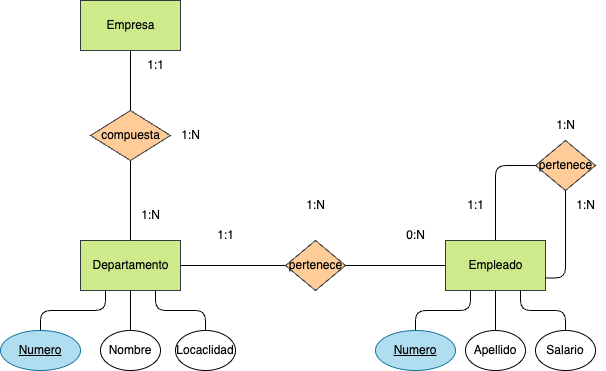
Above: Tareas/Unidad_2/tarea1/Ejercicio6b.drawio.png in antonioinigo/base-datos (draw.io), before the change. Source tidied: cells renumbered, new cells last; positions are measured from the earlier drawing's top-left corner, leaving out a move shared by most shapes. The source it was exported from:
```xml
<mxGraphModel>
  <root>
    <mxCell id="0" />
    <mxCell id="1" parent="0" />
    <mxCell id="2" style="html=1;entryX=0;entryY=0.5;entryDx=0;entryDy=0;fontColor=#000000;endArrow=none;endFill=0;" parent="1" edge="1" source="3" target="7">
      <mxGeometry relative="1" as="geometry" />
    </mxCell>
    <mxCell id="3" value="&lt;font color=&quot;#000000&quot;&gt;Departamento&lt;/font&gt;" style="html=1;dashed=0;whitespace=wrap;fillColor=#cdeb8b;strokeColor=#36393d;" parent="1" vertex="1">
      <mxGeometry x="80" y="240" width="100" height="50" as="geometry" />
    </mxCell>
    <mxCell id="4" style="edgeStyle=orthogonalEdgeStyle;html=1;endArrow=none;endFill=0;" parent="1" edge="1" source="5">
      <mxGeometry relative="1" as="geometry">
        <mxPoint x="545" y="165" as="targetPoint" />
        <Array as="points">
          <mxPoint x="495" y="165" />
        </Array>
      </mxGeometry>
    </mxCell>
    <mxCell id="5" value="&lt;font color=&quot;#000000&quot;&gt;Empleado&lt;br&gt;&lt;/font&gt;" style="html=1;dashed=0;whitespace=wrap;fillColor=#cdeb8b;strokeColor=#36393d;" parent="1" vertex="1">
      <mxGeometry x="445" y="240" width="100" height="50" as="geometry" />
    </mxCell>
    <mxCell id="6" style="edgeStyle=none;html=1;fontColor=#000000;endArrow=none;endFill=0;" parent="1" edge="1" source="7" target="5">
      <mxGeometry relative="1" as="geometry" />
    </mxCell>
    <mxCell id="7" value="&lt;font color=&quot;#000000&quot;&gt;pertenece&lt;/font&gt;" style="shape=rhombus;html=1;dashed=0;whitespace=wrap;perimeter=rhombusPerimeter;fillColor=#ffcc99;strokeColor=#36393d;" parent="1" vertex="1">
      <mxGeometry x="285" y="240" width="60" height="50" as="geometry" />
    </mxCell>
    <mxCell id="8" value="1:1" style="text;html=1;align=center;verticalAlign=middle;strokeColor=none;fillColor=none;fontColor=#000000;" parent="1" vertex="1">
      <mxGeometry x="205" y="220" width="40" height="30" as="geometry" />
    </mxCell>
    <mxCell id="9" value="0:N" style="text;html=1;align=center;verticalAlign=middle;strokeColor=none;fillColor=none;fontColor=#000000;" parent="1" vertex="1">
      <mxGeometry x="395" y="220" width="40" height="30" as="geometry" />
    </mxCell>
    <mxCell id="10" value="1:N" style="text;html=1;align=center;verticalAlign=middle;strokeColor=none;fillColor=none;fontColor=#000000;" parent="1" vertex="1">
      <mxGeometry x="295" y="190" width="40" height="30" as="geometry" />
    </mxCell>
    <mxCell id="11" style="edgeStyle=orthogonalEdgeStyle;html=1;entryX=1;entryY=0.75;entryDx=0;entryDy=0;endArrow=none;endFill=0;" parent="1" edge="1" source="12" target="5">
      <mxGeometry relative="1" as="geometry" />
    </mxCell>
    <mxCell id="12" value="&lt;font color=&quot;#000000&quot;&gt;pertenece&lt;/font&gt;" style="shape=rhombus;html=1;dashed=0;whitespace=wrap;perimeter=rhombusPerimeter;fillColor=#ffcc99;strokeColor=#36393d;" parent="1" vertex="1">
      <mxGeometry x="535" y="140" width="60" height="50" as="geometry" />
    </mxCell>
    <mxCell id="13" style="edgeStyle=orthogonalEdgeStyle;html=1;entryX=0.25;entryY=1;entryDx=0;entryDy=0;fontColor=#000000;endArrow=none;endFill=0;" parent="1" edge="1" source="14" target="3">
      <mxGeometry relative="1" as="geometry" />
    </mxCell>
    <mxCell id="14" value="&lt;font color=&quot;#000000&quot;&gt;Numero&lt;/font&gt;" style="ellipse;whiteSpace=wrap;html=1;align=center;fontStyle=4;fillColor=#b1ddf0;strokeColor=#10739e;" parent="1" vertex="1">
      <mxGeometry y="330" width="80" height="40" as="geometry" />
    </mxCell>
    <mxCell id="15" style="edgeStyle=orthogonalEdgeStyle;html=1;entryX=0.5;entryY=1;entryDx=0;entryDy=0;fontColor=#000000;endArrow=none;endFill=0;" parent="1" edge="1" source="16" target="3">
      <mxGeometry relative="1" as="geometry" />
    </mxCell>
    <mxCell id="16" value="Nombre" style="ellipse;whiteSpace=wrap;html=1;align=center;fontColor=#000000;" parent="1" vertex="1">
      <mxGeometry x="100" y="330" width="60" height="40" as="geometry" />
    </mxCell>
    <mxCell id="17" style="edgeStyle=orthogonalEdgeStyle;html=1;entryX=0.75;entryY=1;entryDx=0;entryDy=0;fontColor=#000000;endArrow=none;endFill=0;" parent="1" edge="1" source="18" target="3">
      <mxGeometry relative="1" as="geometry" />
    </mxCell>
    <mxCell id="18" value="Locaclidad" style="ellipse;whiteSpace=wrap;html=1;align=center;fontColor=#000000;" parent="1" vertex="1">
      <mxGeometry x="175" y="330" width="60" height="40" as="geometry" />
    </mxCell>
    <mxCell id="19" style="edgeStyle=orthogonalEdgeStyle;html=1;entryX=0.25;entryY=1;entryDx=0;entryDy=0;fontColor=#000000;endArrow=none;endFill=0;" parent="1" edge="1" source="20" target="5">
      <mxGeometry relative="1" as="geometry" />
    </mxCell>
    <mxCell id="20" value="&lt;font color=&quot;#000000&quot;&gt;Numero&lt;/font&gt;" style="ellipse;whiteSpace=wrap;html=1;align=center;fontStyle=4;fillColor=#b1ddf0;strokeColor=#10739e;" parent="1" vertex="1">
      <mxGeometry x="375" y="330" width="80" height="40" as="geometry" />
    </mxCell>
    <mxCell id="21" style="edgeStyle=orthogonalEdgeStyle;html=1;entryX=0.5;entryY=1;entryDx=0;entryDy=0;fontColor=#000000;endArrow=none;endFill=0;" parent="1" edge="1" source="22" target="5">
      <mxGeometry relative="1" as="geometry" />
    </mxCell>
    <mxCell id="22" value="Apellido" style="ellipse;whiteSpace=wrap;html=1;align=center;fontColor=#000000;" parent="1" vertex="1">
      <mxGeometry x="465" y="330" width="60" height="40" as="geometry" />
    </mxCell>
    <mxCell id="23" style="edgeStyle=orthogonalEdgeStyle;html=1;entryX=0.75;entryY=1;entryDx=0;entryDy=0;fontColor=#000000;endArrow=none;endFill=0;" parent="1" edge="1" source="24" target="5">
      <mxGeometry relative="1" as="geometry" />
    </mxCell>
    <mxCell id="24" value="Salario" style="ellipse;whiteSpace=wrap;html=1;align=center;fontColor=#000000;" parent="1" vertex="1">
      <mxGeometry x="535" y="330" width="60" height="40" as="geometry" />
    </mxCell>
    <mxCell id="25" value="1:N" style="text;html=1;align=center;verticalAlign=middle;strokeColor=none;fillColor=none;fontColor=#000000;" parent="1" vertex="1">
      <mxGeometry x="545" y="110" width="40" height="30" as="geometry" />
    </mxCell>
    <mxCell id="26" value="1:N" style="text;html=1;align=center;verticalAlign=middle;strokeColor=none;fillColor=none;fontColor=#000000;" parent="1" vertex="1">
      <mxGeometry x="565" y="190" width="40" height="30" as="geometry" />
    </mxCell>
    <mxCell id="27" value="1:1" style="text;html=1;align=center;verticalAlign=middle;strokeColor=none;fillColor=none;fontColor=#000000;" parent="1" vertex="1">
      <mxGeometry x="455" y="190" width="40" height="30" as="geometry" />
    </mxCell>
    <mxCell id="28" style="edgeStyle=none;html=1;entryX=0.5;entryY=0;entryDx=0;entryDy=0;endArrow=none;endFill=0;" parent="1" edge="1" source="29" target="31">
      <mxGeometry relative="1" as="geometry" />
    </mxCell>
    <mxCell id="29" value="&lt;font color=&quot;#000000&quot;&gt;Empresa&lt;br&gt;&lt;/font&gt;" style="html=1;dashed=0;whitespace=wrap;fillColor=#cdeb8b;strokeColor=#36393d;" parent="1" vertex="1">
      <mxGeometry x="80" width="100" height="50" as="geometry" />
    </mxCell>
    <mxCell id="30" style="edgeStyle=none;html=1;entryX=0.5;entryY=0;entryDx=0;entryDy=0;endArrow=none;endFill=0;" parent="1" edge="1" source="31" target="3">
      <mxGeometry relative="1" as="geometry" />
    </mxCell>
    <mxCell id="31" value="&lt;font color=&quot;#000000&quot;&gt;compuesta&lt;/font&gt;" style="shape=rhombus;html=1;dashed=0;whitespace=wrap;perimeter=rhombusPerimeter;fillColor=#ffcc99;strokeColor=#36393d;" parent="1" vertex="1">
      <mxGeometry x="90" y="110" width="80" height="50" as="geometry" />
    </mxCell>
    <mxCell id="32" value="1:N" style="text;html=1;align=center;verticalAlign=middle;strokeColor=none;fillColor=none;fontColor=#000000;" parent="1" vertex="1">
      <mxGeometry x="130" y="200" width="40" height="30" as="geometry" />
    </mxCell>
    <mxCell id="33" value="1:N" style="text;html=1;align=center;verticalAlign=middle;strokeColor=none;fillColor=none;fontColor=#000000;" parent="1" vertex="1">
      <mxGeometry x="170" y="120" width="40" height="30" as="geometry" />
    </mxCell>
    <mxCell id="34" value="1:1" style="text;html=1;align=center;verticalAlign=middle;strokeColor=none;fillColor=none;fontColor=#000000;" parent="1" vertex="1">
      <mxGeometry x="135" y="50" width="40" height="30" as="geometry" />
    </mxCell>
  </root>
</mxGraphModel>
```
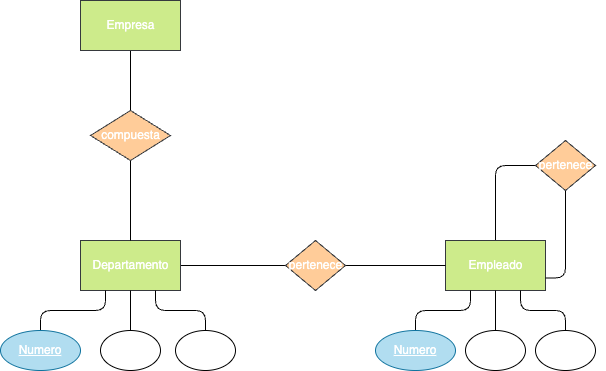
The same diagram one commit later.

The edit, as a diff of the source:
```diff
@@ -2,13 +2,13 @@
   <root>
     <mxCell id="0" />
     <mxCell id="1" parent="0" />
-    <mxCell id="2" style="html=1;entryX=0;entryY=0.5;entryDx=0;entryDy=0;fontColor=#000000;endArrow=none;endFill=0;" parent="1" edge="1" source="3" target="7">
+    <mxCell id="2" style="html=1;entryX=0;entryY=0.5;entryDx=0;entryDy=0;fontColor=#FFFFFF;endArrow=none;endFill=0;" parent="1" edge="1" source="3" target="7">
       <mxGeometry relative="1" as="geometry" />
     </mxCell>
-    <mxCell id="3" value="&lt;font color=&quot;#000000&quot;&gt;Departamento&lt;/font&gt;" style="html=1;dashed=0;whitespace=wrap;fillColor=#cdeb8b;strokeColor=#36393d;" parent="1" vertex="1">
+    <mxCell id="3" value="&lt;font&gt;Departamento&lt;/font&gt;" style="html=1;dashed=0;whitespace=wrap;fillColor=#cdeb8b;strokeColor=#36393d;fontColor=#FFFFFF;" parent="1" vertex="1">
       <mxGeometry x="80" y="240" width="100" height="50" as="geometry" />
     </mxCell>
-    <mxCell id="4" style="edgeStyle=orthogonalEdgeStyle;html=1;endArrow=none;endFill=0;" parent="1" edge="1" source="5">
+    <mxCell id="4" style="edgeStyle=orthogonalEdgeStyle;html=1;endArrow=none;endFill=0;fontColor=#FFFFFF;" parent="1" edge="1" source="5">
       <mxGeometry relative="1" as="geometry">
         <mxPoint x="545" y="165" as="targetPoint" />
         <Array as="points">
@@ -16,94 +16,94 @@
         </Array>
       </mxGeometry>
     </mxCell>
-    <mxCell id="5" value="&lt;font color=&quot;#000000&quot;&gt;Empleado&lt;br&gt;&lt;/font&gt;" style="html=1;dashed=0;whitespace=wrap;fillColor=#cdeb8b;strokeColor=#36393d;" parent="1" vertex="1">
+    <mxCell id="5" value="&lt;font&gt;Empleado&lt;br&gt;&lt;/font&gt;" style="html=1;dashed=0;whitespace=wrap;fillColor=#cdeb8b;strokeColor=#36393d;fontColor=#FFFFFF;" parent="1" vertex="1">
       <mxGeometry x="445" y="240" width="100" height="50" as="geometry" />
     </mxCell>
-    <mxCell id="6" style="edgeStyle=none;html=1;fontColor=#000000;endArrow=none;endFill=0;" parent="1" edge="1" source="7" target="5">
+    <mxCell id="6" style="edgeStyle=none;html=1;fontColor=#FFFFFF;endArrow=none;endFill=0;" parent="1" edge="1" source="7" target="5">
       <mxGeometry relative="1" as="geometry" />
     </mxCell>
-    <mxCell id="7" value="&lt;font color=&quot;#000000&quot;&gt;pertenece&lt;/font&gt;" style="shape=rhombus;html=1;dashed=0;whitespace=wrap;perimeter=rhombusPerimeter;fillColor=#ffcc99;strokeColor=#36393d;" parent="1" vertex="1">
+    <mxCell id="7" value="&lt;font&gt;pertenece&lt;/font&gt;" style="shape=rhombus;html=1;dashed=0;whitespace=wrap;perimeter=rhombusPerimeter;fillColor=#ffcc99;strokeColor=#36393d;fontColor=#FFFFFF;" parent="1" vertex="1">
       <mxGeometry x="285" y="240" width="60" height="50" as="geometry" />
     </mxCell>
-    <mxCell id="8" value="1:1" style="text;html=1;align=center;verticalAlign=middle;strokeColor=none;fillColor=none;fontColor=#000000;" parent="1" vertex="1">
+    <mxCell id="8" value="1:1" style="text;html=1;align=center;verticalAlign=middle;strokeColor=none;fillColor=none;fontColor=#FFFFFF;" parent="1" vertex="1">
       <mxGeometry x="205" y="220" width="40" height="30" as="geometry" />
     </mxCell>
-    <mxCell id="9" value="0:N" style="text;html=1;align=center;verticalAlign=middle;strokeColor=none;fillColor=none;fontColor=#000000;" parent="1" vertex="1">
+    <mxCell id="9" value="0:N" style="text;html=1;align=center;verticalAlign=middle;strokeColor=none;fillColor=none;fontColor=#FFFFFF;" parent="1" vertex="1">
       <mxGeometry x="395" y="220" width="40" height="30" as="geometry" />
     </mxCell>
-    <mxCell id="10" value="1:N" style="text;html=1;align=center;verticalAlign=middle;strokeColor=none;fillColor=none;fontColor=#000000;" parent="1" vertex="1">
+    <mxCell id="10" value="1:N" style="text;html=1;align=center;verticalAlign=middle;strokeColor=none;fillColor=none;fontColor=#FFFFFF;" parent="1" vertex="1">
       <mxGeometry x="295" y="190" width="40" height="30" as="geometry" />
     </mxCell>
-    <mxCell id="11" style="edgeStyle=orthogonalEdgeStyle;html=1;entryX=1;entryY=0.75;entryDx=0;entryDy=0;endArrow=none;endFill=0;" parent="1" edge="1" source="12" target="5">
+    <mxCell id="11" style="edgeStyle=orthogonalEdgeStyle;html=1;entryX=1;entryY=0.75;entryDx=0;entryDy=0;endArrow=none;endFill=0;fontColor=#FFFFFF;" parent="1" edge="1" source="12" target="5">
       <mxGeometry relative="1" as="geometry" />
     </mxCell>
-    <mxCell id="12" value="&lt;font color=&quot;#000000&quot;&gt;pertenece&lt;/font&gt;" style="shape=rhombus;html=1;dashed=0;whitespace=wrap;perimeter=rhombusPerimeter;fillColor=#ffcc99;strokeColor=#36393d;" parent="1" vertex="1">
+    <mxCell id="12" value="&lt;font&gt;pertenece&lt;/font&gt;" style="shape=rhombus;html=1;dashed=0;whitespace=wrap;perimeter=rhombusPerimeter;fillColor=#ffcc99;strokeColor=#36393d;fontColor=#FFFFFF;" parent="1" vertex="1">
       <mxGeometry x="535" y="140" width="60" height="50" as="geometry" />
     </mxCell>
-    <mxCell id="13" style="edgeStyle=orthogonalEdgeStyle;html=1;entryX=0.25;entryY=1;entryDx=0;entryDy=0;fontColor=#000000;endArrow=none;endFill=0;" parent="1" edge="1" source="14" target="3">
+    <mxCell id="13" style="edgeStyle=orthogonalEdgeStyle;html=1;entryX=0.25;entryY=1;entryDx=0;entryDy=0;fontColor=#FFFFFF;endArrow=none;endFill=0;" parent="1" edge="1" source="14" target="3">
       <mxGeometry relative="1" as="geometry" />
     </mxCell>
-    <mxCell id="14" value="&lt;font color=&quot;#000000&quot;&gt;Numero&lt;/font&gt;" style="ellipse;whiteSpace=wrap;html=1;align=center;fontStyle=4;fillColor=#b1ddf0;strokeColor=#10739e;" parent="1" vertex="1">
+    <mxCell id="14" value="&lt;font&gt;Numero&lt;/font&gt;" style="ellipse;whiteSpace=wrap;html=1;align=center;fontStyle=4;fillColor=#b1ddf0;strokeColor=#10739e;fontColor=#FFFFFF;" parent="1" vertex="1">
       <mxGeometry y="330" width="80" height="40" as="geometry" />
     </mxCell>
-    <mxCell id="15" style="edgeStyle=orthogonalEdgeStyle;html=1;entryX=0.5;entryY=1;entryDx=0;entryDy=0;fontColor=#000000;endArrow=none;endFill=0;" parent="1" edge="1" source="16" target="3">
+    <mxCell id="15" style="edgeStyle=orthogonalEdgeStyle;html=1;entryX=0.5;entryY=1;entryDx=0;entryDy=0;fontColor=#FFFFFF;endArrow=none;endFill=0;" parent="1" edge="1" source="16" target="3">
       <mxGeometry relative="1" as="geometry" />
     </mxCell>
-    <mxCell id="16" value="Nombre" style="ellipse;whiteSpace=wrap;html=1;align=center;fontColor=#000000;" parent="1" vertex="1">
+    <mxCell id="16" value="Nombre" style="ellipse;whiteSpace=wrap;html=1;align=center;fontColor=#FFFFFF;" parent="1" vertex="1">
       <mxGeometry x="100" y="330" width="60" height="40" as="geometry" />
     </mxCell>
-    <mxCell id="17" style="edgeStyle=orthogonalEdgeStyle;html=1;entryX=0.75;entryY=1;entryDx=0;entryDy=0;fontColor=#000000;endArrow=none;endFill=0;" parent="1" edge="1" source="18" target="3">
+    <mxCell id="17" style="edgeStyle=orthogonalEdgeStyle;html=1;entryX=0.75;entryY=1;entryDx=0;entryDy=0;fontColor=#FFFFFF;endArrow=none;endFill=0;" parent="1" edge="1" source="18" target="3">
       <mxGeometry relative="1" as="geometry" />
     </mxCell>
-    <mxCell id="18" value="Locaclidad" style="ellipse;whiteSpace=wrap;html=1;align=center;fontColor=#000000;" parent="1" vertex="1">
+    <mxCell id="18" value="Locaclidad" style="ellipse;whiteSpace=wrap;html=1;align=center;fontColor=#FFFFFF;" parent="1" vertex="1">
       <mxGeometry x="175" y="330" width="60" height="40" as="geometry" />
     </mxCell>
-    <mxCell id="19" style="edgeStyle=orthogonalEdgeStyle;html=1;entryX=0.25;entryY=1;entryDx=0;entryDy=0;fontColor=#000000;endArrow=none;endFill=0;" parent="1" edge="1" source="20" target="5">
+    <mxCell id="19" style="edgeStyle=orthogonalEdgeStyle;html=1;entryX=0.25;entryY=1;entryDx=0;entryDy=0;fontColor=#FFFFFF;endArrow=none;endFill=0;" parent="1" edge="1" source="20" target="5">
       <mxGeometry relative="1" as="geometry" />
     </mxCell>
-    <mxCell id="20" value="&lt;font color=&quot;#000000&quot;&gt;Numero&lt;/font&gt;" style="ellipse;whiteSpace=wrap;html=1;align=center;fontStyle=4;fillColor=#b1ddf0;strokeColor=#10739e;" parent="1" vertex="1">
+    <mxCell id="20" value="&lt;font&gt;Numero&lt;/font&gt;" style="ellipse;whiteSpace=wrap;html=1;align=center;fontStyle=4;fillColor=#b1ddf0;strokeColor=#10739e;fontColor=#FFFFFF;" parent="1" vertex="1">
       <mxGeometry x="375" y="330" width="80" height="40" as="geometry" />
     </mxCell>
-    <mxCell id="21" style="edgeStyle=orthogonalEdgeStyle;html=1;entryX=0.5;entryY=1;entryDx=0;entryDy=0;fontColor=#000000;endArrow=none;endFill=0;" parent="1" edge="1" source="22" target="5">
+    <mxCell id="21" style="edgeStyle=orthogonalEdgeStyle;html=1;entryX=0.5;entryY=1;entryDx=0;entryDy=0;fontColor=#FFFFFF;endArrow=none;endFill=0;" parent="1" edge="1" source="22" target="5">
       <mxGeometry relative="1" as="geometry" />
     </mxCell>
-    <mxCell id="22" value="Apellido" style="ellipse;whiteSpace=wrap;html=1;align=center;fontColor=#000000;" parent="1" vertex="1">
+    <mxCell id="22" value="Apellido" style="ellipse;whiteSpace=wrap;html=1;align=center;fontColor=#FFFFFF;" parent="1" vertex="1">
       <mxGeometry x="465" y="330" width="60" height="40" as="geometry" />
     </mxCell>
-    <mxCell id="23" style="edgeStyle=orthogonalEdgeStyle;html=1;entryX=0.75;entryY=1;entryDx=0;entryDy=0;fontColor=#000000;endArrow=none;endFill=0;" parent="1" edge="1" source="24" target="5">
+    <mxCell id="23" style="edgeStyle=orthogonalEdgeStyle;html=1;entryX=0.75;entryY=1;entryDx=0;entryDy=0;fontColor=#FFFFFF;endArrow=none;endFill=0;" parent="1" edge="1" source="24" target="5">
       <mxGeometry relative="1" as="geometry" />
     </mxCell>
-    <mxCell id="24" value="Salario" style="ellipse;whiteSpace=wrap;html=1;align=center;fontColor=#000000;" parent="1" vertex="1">
+    <mxCell id="24" value="Salario" style="ellipse;whiteSpace=wrap;html=1;align=center;fontColor=#FFFFFF;" parent="1" vertex="1">
       <mxGeometry x="535" y="330" width="60" height="40" as="geometry" />
     </mxCell>
-    <mxCell id="25" value="1:N" style="text;html=1;align=center;verticalAlign=middle;strokeColor=none;fillColor=none;fontColor=#000000;" parent="1" vertex="1">
+    <mxCell id="25" value="1:N" style="text;html=1;align=center;verticalAlign=middle;strokeColor=none;fillColor=none;fontColor=#FFFFFF;" parent="1" vertex="1">
       <mxGeometry x="545" y="110" width="40" height="30" as="geometry" />
     </mxCell>
-    <mxCell id="26" value="1:N" style="text;html=1;align=center;verticalAlign=middle;strokeColor=none;fillColor=none;fontColor=#000000;" parent="1" vertex="1">
+    <mxCell id="26" value="1:N" style="text;html=1;align=center;verticalAlign=middle;strokeColor=none;fillColor=none;fontColor=#FFFFFF;" parent="1" vertex="1">
       <mxGeometry x="565" y="190" width="40" height="30" as="geometry" />
     </mxCell>
-    <mxCell id="27" value="1:1" style="text;html=1;align=center;verticalAlign=middle;strokeColor=none;fillColor=none;fontColor=#000000;" parent="1" vertex="1">
+    <mxCell id="27" value="1:1" style="text;html=1;align=center;verticalAlign=middle;strokeColor=none;fillColor=none;fontColor=#FFFFFF;" parent="1" vertex="1">
       <mxGeometry x="455" y="190" width="40" height="30" as="geometry" />
     </mxCell>
-    <mxCell id="28" style="edgeStyle=none;html=1;entryX=0.5;entryY=0;entryDx=0;entryDy=0;endArrow=none;endFill=0;" parent="1" edge="1" source="29" target="31">
+    <mxCell id="28" style="edgeStyle=none;html=1;entryX=0.5;entryY=0;entryDx=0;entryDy=0;endArrow=none;endFill=0;fontColor=#FFFFFF;" parent="1" edge="1" source="29" target="31">
       <mxGeometry relative="1" as="geometry" />
     </mxCell>
-    <mxCell id="29" value="&lt;font color=&quot;#000000&quot;&gt;Empresa&lt;br&gt;&lt;/font&gt;" style="html=1;dashed=0;whitespace=wrap;fillColor=#cdeb8b;strokeColor=#36393d;" parent="1" vertex="1">
+    <mxCell id="29" value="&lt;font&gt;Empresa&lt;br&gt;&lt;/font&gt;" style="html=1;dashed=0;whitespace=wrap;fillColor=#cdeb8b;strokeColor=#36393d;fontColor=#FFFFFF;" parent="1" vertex="1">
       <mxGeometry x="80" width="100" height="50" as="geometry" />
     </mxCell>
-    <mxCell id="30" style="edgeStyle=none;html=1;entryX=0.5;entryY=0;entryDx=0;entryDy=0;endArrow=none;endFill=0;" parent="1" edge="1" source="31" target="3">
+    <mxCell id="30" style="edgeStyle=none;html=1;entryX=0.5;entryY=0;entryDx=0;entryDy=0;endArrow=none;endFill=0;fontColor=#FFFFFF;" parent="1" edge="1" source="31" target="3">
       <mxGeometry relative="1" as="geometry" />
     </mxCell>
-    <mxCell id="31" value="&lt;font color=&quot;#000000&quot;&gt;compuesta&lt;/font&gt;" style="shape=rhombus;html=1;dashed=0;whitespace=wrap;perimeter=rhombusPerimeter;fillColor=#ffcc99;strokeColor=#36393d;" parent="1" vertex="1">
+    <mxCell id="31" value="&lt;font&gt;compuesta&lt;/font&gt;" style="shape=rhombus;html=1;dashed=0;whitespace=wrap;perimeter=rhombusPerimeter;fillColor=#ffcc99;strokeColor=#36393d;fontColor=#FFFFFF;" parent="1" vertex="1">
       <mxGeometry x="90" y="110" width="80" height="50" as="geometry" />
     </mxCell>
-    <mxCell id="32" value="1:N" style="text;html=1;align=center;verticalAlign=middle;strokeColor=none;fillColor=none;fontColor=#000000;" parent="1" vertex="1">
+    <mxCell id="32" value="1:N" style="text;html=1;align=center;verticalAlign=middle;strokeColor=none;fillColor=none;fontColor=#FFFFFF;" parent="1" vertex="1">
       <mxGeometry x="130" y="200" width="40" height="30" as="geometry" />
     </mxCell>
-    <mxCell id="33" value="1:N" style="text;html=1;align=center;verticalAlign=middle;strokeColor=none;fillColor=none;fontColor=#000000;" parent="1" vertex="1">
+    <mxCell id="33" value="1:N" style="text;html=1;align=center;verticalAlign=middle;strokeColor=none;fillColor=none;fontColor=#FFFFFF;" parent="1" vertex="1">
       <mxGeometry x="170" y="120" width="40" height="30" as="geometry" />
     </mxCell>
-    <mxCell id="34" value="1:1" style="text;html=1;align=center;verticalAlign=middle;strokeColor=none;fillColor=none;fontColor=#000000;" parent="1" vertex="1">
+    <mxCell id="34" value="1:1" style="text;html=1;align=center;verticalAlign=middle;strokeColor=none;fillColor=none;fontColor=#FFFFFF;" parent="1" vertex="1">
       <mxGeometry x="135" y="50" width="40" height="30" as="geometry" />
     </mxCell>
   </root>
```
